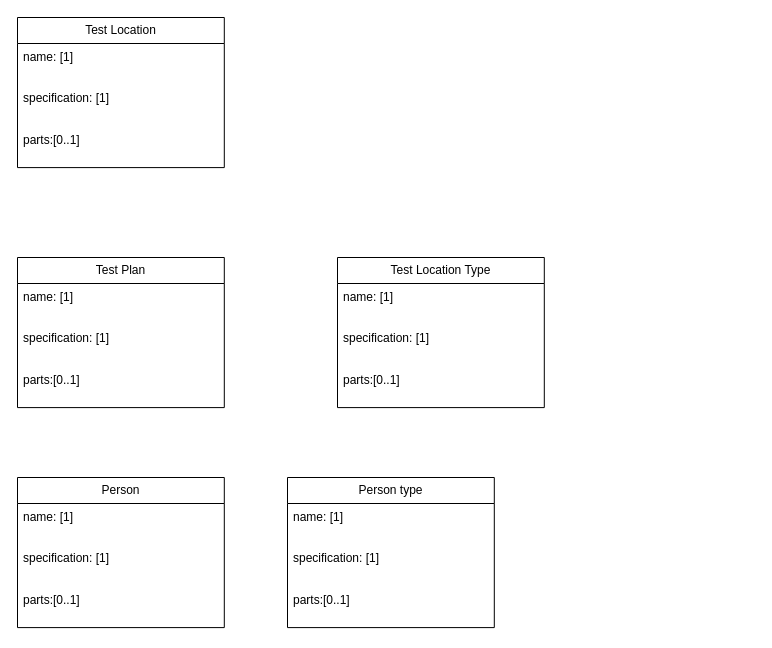
The draw.io diagram page "Test Plan" (2 of 9) of Comprehensive Data Model.drawio in developersoumyadeep/erpapp-datamodel, before the edit. Source tidied: cells renumbered, new cells numbered last; positions are measured from the earlier drawing's top-left corner, leaving out a move shared by most shapes. Both pictures are drawn from the tidied source at 100%, with x=0, y=0 at pixel (17, 17).
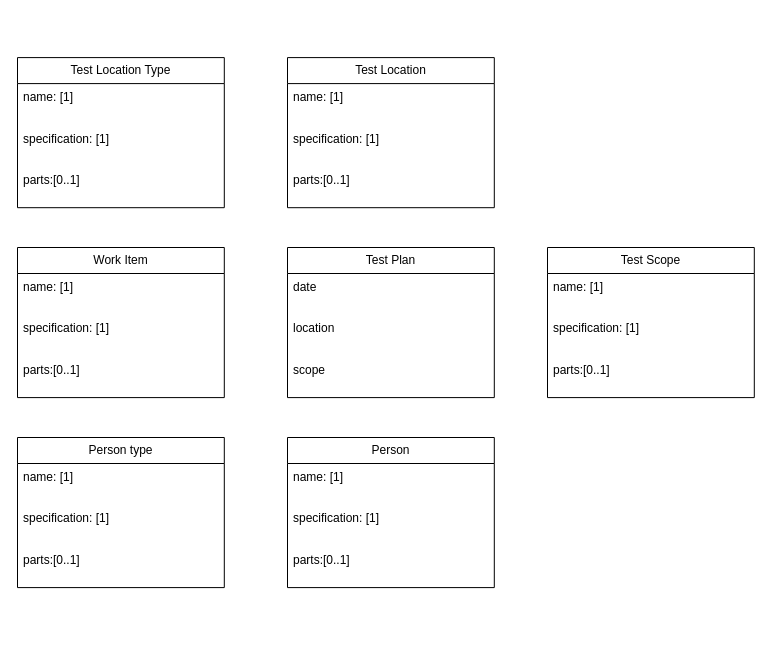
Above is the later version.

Commit message:
introduce mapping of Test to Work Item

Change to the diagram source:
```diff
@@
     <mxCell id="2" value="Test Location" style="swimlane;fontStyle=0;horizontal=1;startSize=26;fillColor=none;whiteSpace=wrap;html=1;" parent="1" vertex="1">
-      <mxGeometry width="206.8" height="150.1" as="geometry" />
+      <mxGeometry x="270" y="40.1" width="206.8" height="150.1" as="geometry" />
     </mxCell>
@@
     <mxCell id="6" value="Test Plan" style="swimlane;fontStyle=0;horizontal=1;startSize=26;fillColor=none;whiteSpace=wrap;html=1;" parent="1" vertex="1">
-      <mxGeometry y="240" width="206.8" height="150.1" as="geometry" />
+      <mxGeometry x="270" y="230" width="206.8" height="150.1" as="geometry" />
     </mxCell>
-    <mxCell id="7" value="name: [1]" style="text;strokeColor=none;fillColor=none;align=left;verticalAlign=top;spacingLeft=4;spacingRight=4;overflow=hidden;whiteSpace=wrap;html=1;" parent="6" vertex="1">
+    <mxCell id="7" value="date" style="text;strokeColor=none;fillColor=none;align=left;verticalAlign=top;spacingLeft=4;spacingRight=4;overflow=hidden;whiteSpace=wrap;html=1;" parent="6" vertex="1">
       <mxGeometry y="26" width="206.8" height="41.4" as="geometry" />
     </mxCell>
-    <mxCell id="8" value="specification: [1]" style="text;strokeColor=none;fillColor=none;align=left;verticalAlign=top;spacingLeft=4;spacingRight=4;overflow=hidden;whiteSpace=wrap;html=1;" parent="6" vertex="1">
+    <mxCell id="8" value="location" style="text;strokeColor=none;fillColor=none;align=left;verticalAlign=top;spacingLeft=4;spacingRight=4;overflow=hidden;whiteSpace=wrap;html=1;" parent="6" vertex="1">
       <mxGeometry y="67.4" width="206.8" height="41.4" as="geometry" />
     </mxCell>
-    <mxCell id="9" value="parts:[0..1]" style="text;strokeColor=none;fillColor=none;align=left;verticalAlign=top;spacingLeft=4;spacingRight=4;overflow=hidden;whiteSpace=wrap;html=1;" parent="6" vertex="1">
+    <mxCell id="9" value="scope" style="text;strokeColor=none;fillColor=none;align=left;verticalAlign=top;spacingLeft=4;spacingRight=4;overflow=hidden;whiteSpace=wrap;html=1;" parent="6" vertex="1">
       <mxGeometry y="108.7" width="206.8" height="41.4" as="geometry" />
     </mxCell>
     <mxCell id="10" value="Test Location Type" style="swimlane;fontStyle=0;horizontal=1;startSize=26;fillColor=none;whiteSpace=wrap;html=1;" parent="1" vertex="1">
-      <mxGeometry x="320" y="240" width="206.8" height="150.1" as="geometry" />
+      <mxGeometry y="40.1" width="206.8" height="150.1" as="geometry" />
     </mxCell>
@@
     <mxCell id="14" value="Person" style="swimlane;fontStyle=0;horizontal=1;startSize=26;fillColor=none;whiteSpace=wrap;html=1;" parent="1" vertex="1">
-      <mxGeometry y="460" width="206.8" height="150.1" as="geometry" />
+      <mxGeometry x="270" y="420" width="206.8" height="150.1" as="geometry" />
     </mxCell>
@@
     <mxCell id="18" value="Person type" style="swimlane;fontStyle=0;horizontal=1;startSize=26;fillColor=none;whiteSpace=wrap;html=1;" parent="1" vertex="1">
-      <mxGeometry x="270" y="460" width="206.8" height="150.1" as="geometry" />
+      <mxGeometry y="420" width="206.8" height="150.1" as="geometry" />
     </mxCell>
@@
+    <mxCell id="22" value="Work Item" style="swimlane;fontStyle=0;horizontal=1;startSize=26;fillColor=none;whiteSpace=wrap;html=1;" parent="1" vertex="1">
+      <mxGeometry y="230" width="206.8" height="150.1" as="geometry" />
+    </mxCell>
+    <mxCell id="23" value="name: [1]" style="text;strokeColor=none;fillColor=none;align=left;verticalAlign=top;spacingLeft=4;spacingRight=4;overflow=hidden;whiteSpace=wrap;html=1;" parent="22" vertex="1">
+      <mxGeometry y="26" width="206.8" height="41.4" as="geometry" />
+    </mxCell>
+    <mxCell id="24" value="specification: [1]" style="text;strokeColor=none;fillColor=none;align=left;verticalAlign=top;spacingLeft=4;spacingRight=4;overflow=hidden;whiteSpace=wrap;html=1;" parent="22" vertex="1">
+      <mxGeometry y="67.4" width="206.8" height="41.4" as="geometry" />
+    </mxCell>
+    <mxCell id="25" value="parts:[0..1]" style="text;strokeColor=none;fillColor=none;align=left;verticalAlign=top;spacingLeft=4;spacingRight=4;overflow=hidden;whiteSpace=wrap;html=1;" parent="22" vertex="1">
+      <mxGeometry y="108.7" width="206.8" height="41.4" as="geometry" />
+    </mxCell>
+    <mxCell id="26" value="Test Scope" style="swimlane;fontStyle=0;horizontal=1;startSize=26;fillColor=none;whiteSpace=wrap;html=1;" parent="1" vertex="1">
+      <mxGeometry x="530" y="230" width="206.8" height="150.1" as="geometry" />
+    </mxCell>
+    <mxCell id="27" value="name: [1]" style="text;strokeColor=none;fillColor=none;align=left;verticalAlign=top;spacingLeft=4;spacingRight=4;overflow=hidden;whiteSpace=wrap;html=1;" parent="26" vertex="1">
+      <mxGeometry y="26" width="206.8" height="41.4" as="geometry" />
+    </mxCell>
+    <mxCell id="28" value="specification: [1]" style="text;strokeColor=none;fillColor=none;align=left;verticalAlign=top;spacingLeft=4;spacingRight=4;overflow=hidden;whiteSpace=wrap;html=1;" parent="26" vertex="1">
+      <mxGeometry y="67.4" width="206.8" height="41.4" as="geometry" />
+    </mxCell>
+    <mxCell id="29" value="parts:[0..1]" style="text;strokeColor=none;fillColor=none;align=left;verticalAlign=top;spacingLeft=4;spacingRight=4;overflow=hidden;whiteSpace=wrap;html=1;" parent="26" vertex="1">
+      <mxGeometry y="108.7" width="206.8" height="41.4" as="geometry" />
+    </mxCell>
```
